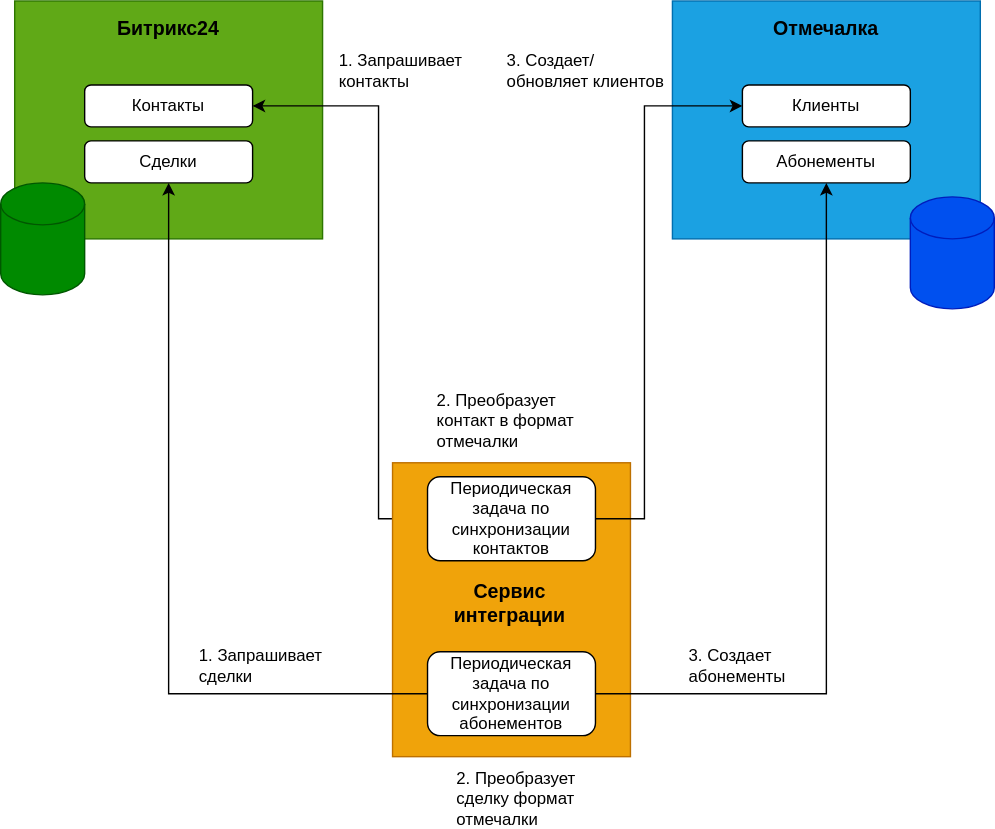
Before: images/otmechalka.drawio.svg, a diagram exported from draw.io (nkhryukin/rcs). Source tidied: cells renumbered, new cells last; positions are measured from the earlier drawing's top-left corner, leaving out a move shared by most shapes.
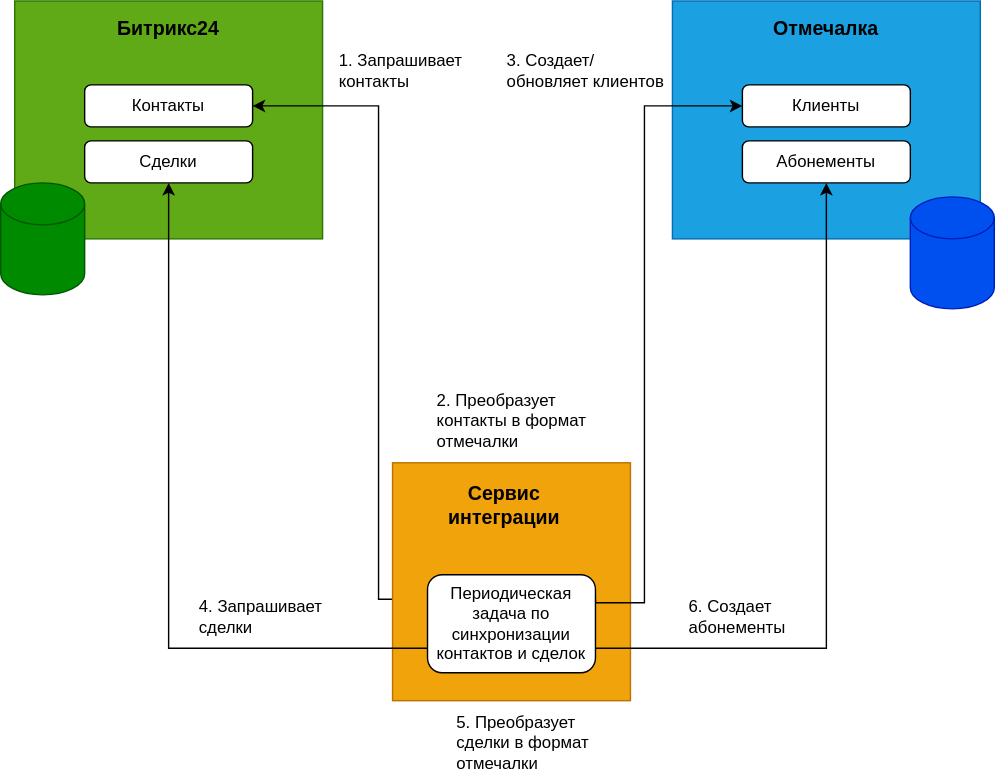
The same file after the commit.

The edit, as a diff of the source:
```diff
@@ -5,16 +5,16 @@
     <mxCell id="2" style="rounded=0;whiteSpace=wrap;html=1;fillColor=#60a917;strokeColor=#2D7600;fontColor=#ffffff;" parent="1" vertex="1">
       <mxGeometry x="10" width="220" height="170" as="geometry" />
     </mxCell>
-    <mxCell id="3" style="edgeStyle=orthogonalEdgeStyle;rounded=0;jettySize=auto;html=1;entryX=1;entryY=0.5;entryDx=0;entryDy=0;exitX=0;exitY=0.5;exitDx=0;exitDy=0;" parent="1" edge="1" source="15" target="8">
+    <mxCell id="3" style="edgeStyle=orthogonalEdgeStyle;rounded=0;jettySize=auto;html=1;entryX=1;entryY=0.5;entryDx=0;entryDy=0;exitX=0;exitY=0.25;exitDx=0;exitDy=0;" parent="1" edge="1" source="15" target="8">
       <mxGeometry relative="1" as="geometry">
         <Array as="points">
-          <mxPoint x="270" y="370" />
+          <mxPoint x="270" y="428" />
           <mxPoint x="270" y="75" />
         </Array>
       </mxGeometry>
     </mxCell>
     <mxCell id="4" style="rounded=0;whiteSpace=wrap;html=1;fillColor=#f0a30a;strokeColor=#BD7000;fontColor=#ffffff;" parent="1" vertex="1">
-      <mxGeometry x="280" y="330" width="170" height="210" as="geometry" />
+      <mxGeometry x="280" y="330" width="170" height="170" as="geometry" />
     </mxCell>
     <mxCell id="5" style="rounded=0;whiteSpace=wrap;html=1;fillColor=#1ba1e2;strokeColor=#006EAF;fontColor=#ffffff;" parent="1" vertex="1">
       <mxGeometry x="480" width="220" height="170" as="geometry" />
@@ -37,10 +37,11 @@
     <mxCell id="11" value="Абонементы" style="rounded=1;whiteSpace=wrap;html=1;" parent="1" vertex="1">
       <mxGeometry x="530" y="100" width="120" height="30" as="geometry" />
     </mxCell>
-    <mxCell id="12" style="edgeStyle=orthogonalEdgeStyle;rounded=0;jettySize=auto;html=1;entryX=0;entryY=0.5;entryDx=0;entryDy=0;exitX=1;exitY=0.5;exitDx=0;exitDy=0;" parent="1" edge="1" source="15" target="10">
+    <mxCell id="12" style="edgeStyle=orthogonalEdgeStyle;rounded=0;jettySize=auto;html=1;entryX=0;entryY=0.5;entryDx=0;entryDy=0;exitX=1;exitY=0.25;exitDx=0;exitDy=0;" parent="1" edge="1" source="15" target="10">
       <mxGeometry relative="1" as="geometry">
         <Array as="points">
-          <mxPoint x="460" y="370" />
+          <mxPoint x="425" y="430" />
+          <mxPoint x="460" y="430" />
           <mxPoint x="460" y="75" />
         </Array>
       </mxGeometry>
@@ -51,29 +52,26 @@
     <mxCell id="14" value="3. Создает/обновляет клиентов" style="text;html=1;strokeColor=none;fillColor=none;align=left;verticalAlign=middle;whiteSpace=wrap;rounded=0;" parent="1" vertex="1">
       <mxGeometry x="360" y="40" width="120" height="20" as="geometry" />
     </mxCell>
-    <mxCell id="15" value="Периодическая задача по синхронизации контактов" style="rounded=1;whiteSpace=wrap;html=1;align=center;" parent="1" vertex="1">
-      <mxGeometry x="305" y="340" width="120" height="60" as="geometry" />
+    <mxCell id="15" value="Периодическая задача по синхронизации контактов и сделок" style="rounded=1;whiteSpace=wrap;html=1;align=center;" parent="1" vertex="1">
+      <mxGeometry x="305" y="410" width="120" height="70" as="geometry" />
     </mxCell>
-    <mxCell id="16" value="2. Преобразует контакт в формат отмечалки" style="text;html=1;strokeColor=none;fillColor=none;align=left;verticalAlign=middle;whiteSpace=wrap;rounded=0;" parent="1" vertex="1">
+    <mxCell id="16" value="2. Преобразует контакты в формат отмечалки" style="text;html=1;strokeColor=none;fillColor=none;align=left;verticalAlign=middle;whiteSpace=wrap;rounded=0;" parent="1" vertex="1">
       <mxGeometry x="310" y="290" width="120" height="20" as="geometry" />
     </mxCell>
-    <mxCell id="17" style="edgeStyle=orthogonalEdgeStyle;rounded=0;jettySize=auto;html=1;" parent="1" edge="1" source="18" target="9">
+    <mxCell id="17" style="edgeStyle=orthogonalEdgeStyle;rounded=0;jettySize=auto;html=1;exitX=0;exitY=0.75;exitDx=0;exitDy=0;" parent="1" edge="1" source="15" target="9">
       <mxGeometry relative="1" as="geometry" />
     </mxCell>
-    <mxCell id="18" value="Периодическая задача по синхронизации абонементов" style="rounded=1;whiteSpace=wrap;html=1;align=center;" parent="1" vertex="1">
-      <mxGeometry x="305" y="465" width="120" height="60" as="geometry" />
-    </mxCell>
-    <mxCell id="19" style="edgeStyle=orthogonalEdgeStyle;rounded=0;jettySize=auto;html=1;exitX=1;exitY=0.5;exitDx=0;exitDy=0;" parent="1" edge="1" source="18" target="11">
+    <mxCell id="19" style="edgeStyle=orthogonalEdgeStyle;rounded=0;jettySize=auto;html=1;exitX=1;exitY=0.75;exitDx=0;exitDy=0;" parent="1" edge="1" source="15" target="11">
       <mxGeometry relative="1" as="geometry" />
     </mxCell>
-    <mxCell id="20" value="1. Запрашивает сделки" style="text;html=1;strokeColor=none;fillColor=none;align=left;verticalAlign=middle;whiteSpace=wrap;rounded=0;" parent="1" vertex="1">
-      <mxGeometry x="140" y="465" width="120" height="20" as="geometry" />
+    <mxCell id="20" value="4. Запрашивает сделки" style="text;html=1;strokeColor=none;fillColor=none;align=left;verticalAlign=middle;whiteSpace=wrap;rounded=0;" parent="1" vertex="1">
+      <mxGeometry x="140" y="430" width="120" height="20" as="geometry" />
     </mxCell>
-    <mxCell id="21" value="2. Преобразует сделку формат отмечалки" style="text;html=1;strokeColor=none;fillColor=none;align=left;verticalAlign=middle;whiteSpace=wrap;rounded=0;" parent="1" vertex="1">
-      <mxGeometry x="324" y="560" width="120" height="20" as="geometry" />
+    <mxCell id="21" value="5. Преобразует сделки в формат отмечалки" style="text;html=1;strokeColor=none;fillColor=none;align=left;verticalAlign=middle;whiteSpace=wrap;rounded=0;" parent="1" vertex="1">
+      <mxGeometry x="324" y="520" width="120" height="20" as="geometry" />
     </mxCell>
-    <mxCell id="22" value="3. Создает абонементы" style="text;html=1;strokeColor=none;fillColor=none;align=left;verticalAlign=middle;whiteSpace=wrap;rounded=0;" parent="1" vertex="1">
-      <mxGeometry x="490" y="465" width="120" height="20" as="geometry" />
+    <mxCell id="22" value="6. Создает абонементы" style="text;html=1;strokeColor=none;fillColor=none;align=left;verticalAlign=middle;whiteSpace=wrap;rounded=0;" parent="1" vertex="1">
+      <mxGeometry x="490" y="430" width="120" height="20" as="geometry" />
     </mxCell>
     <mxCell id="23" value="Битрикс24" style="text;html=1;strokeColor=none;fillColor=none;align=center;verticalAlign=middle;whiteSpace=wrap;rounded=0;fontStyle=1;fontSize=14;" parent="1" vertex="1">
       <mxGeometry x="100" y="10" width="40" height="20" as="geometry" />
@@ -82,7 +80,7 @@
       <mxGeometry x="570" y="10" width="40" height="20" as="geometry" />
     </mxCell>
     <mxCell id="25" value="Сервис интеграции" style="text;html=1;strokeColor=none;fillColor=none;align=center;verticalAlign=middle;whiteSpace=wrap;rounded=0;fontStyle=1;fontSize=14;" parent="1" vertex="1">
-      <mxGeometry x="344" y="420" width="40" height="20" as="geometry" />
+      <mxGeometry x="340" y="350" width="40" height="20" as="geometry" />
     </mxCell>
   </root>
 </mxGraphModel>
```
